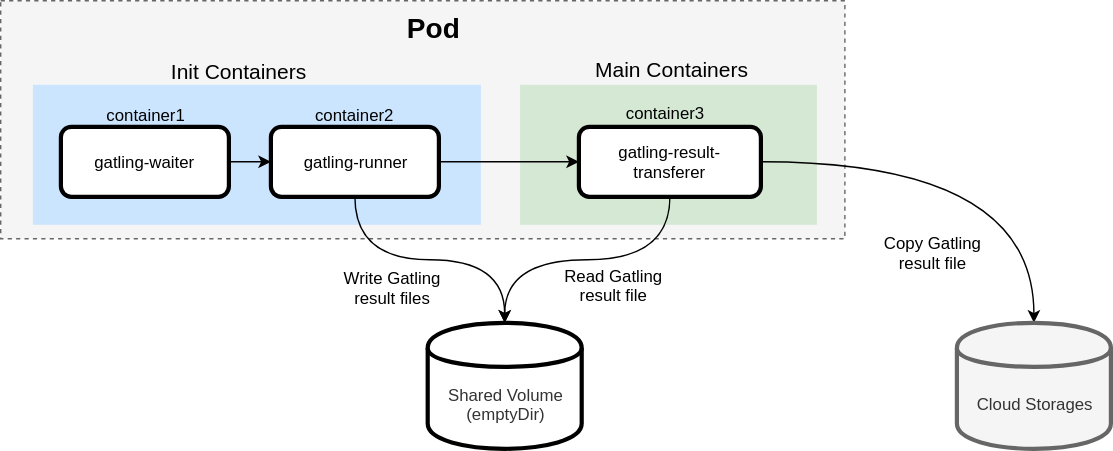
Before: assets/gatling-operator-pod.svg, a diagram exported from draw.io (st-tech/gatling-operator). Source tidied: cells renumbered, new cells last; positions are measured from the earlier drawing's top-left corner, leaving out a move shared by most shapes. Its diagram source:
```xml
<mxGraphModel>
  <root>
    <mxCell id="0" />
    <mxCell id="1" parent="0" />
    <mxCell id="2" style="rounded=0;whiteSpace=wrap;html=1;strokeWidth=1;strokeColor=#666666;fillColor=#f5f5f5;dashed=1;fontColor=#333333;" parent="1" vertex="1">
      <mxGeometry width="603" height="170" as="geometry" />
    </mxCell>
    <mxCell id="3" style="rounded=0;whiteSpace=wrap;html=1;strokeWidth=1;strokeColor=none;fillColor=#CCE5FF;" parent="1" vertex="1">
      <mxGeometry x="23" y="60" width="320" height="100" as="geometry" />
    </mxCell>
    <mxCell id="4" value="&lt;span style=&quot;color: rgb(51 , 51 , 51) ; white-space: normal&quot;&gt;Shared Volume&lt;br&gt;(emptyDir)&lt;br&gt;&lt;/span&gt;" style="shape=cylinder;whiteSpace=wrap;html=1;boundedLbl=1;backgroundOutline=1;strokeWidth=3;" parent="1" vertex="1">
      <mxGeometry x="305" y="230" width="110" height="90" as="geometry" />
    </mxCell>
    <mxCell id="5" style="rounded=0;whiteSpace=wrap;html=1;strokeWidth=1;dashed=1;strokeColor=none;fillColor=#D5E8D4;" parent="1" vertex="1">
      <mxGeometry x="371" y="60" width="212" height="100" as="geometry" />
    </mxCell>
    <mxCell id="6" style="edgeStyle=orthogonalEdgeStyle;rounded=0;jettySize=auto;html=1;entryX=0;entryY=0.5;entryDx=0;entryDy=0;strokeWidth=1;" parent="1" edge="1" source="7" target="10">
      <mxGeometry relative="1" as="geometry" />
    </mxCell>
    <mxCell id="7" value="gatling-waiter" style="rounded=1;whiteSpace=wrap;html=1;strokeWidth=3;" parent="1" vertex="1">
      <mxGeometry x="43" y="90" width="120" height="50" as="geometry" />
    </mxCell>
    <mxCell id="8" style="edgeStyle=orthogonalEdgeStyle;rounded=0;jettySize=auto;html=1;strokeWidth=1;" parent="1" edge="1" source="10" target="13">
      <mxGeometry relative="1" as="geometry" />
    </mxCell>
    <mxCell id="9" style="edgeStyle=orthogonalEdgeStyle;rounded=0;jettySize=auto;html=1;strokeWidth=1;curved=1;" parent="1" edge="1" source="10" target="4">
      <mxGeometry relative="1" as="geometry" />
    </mxCell>
    <mxCell id="10" value="gatling-runner" style="rounded=1;whiteSpace=wrap;html=1;strokeWidth=3;" parent="1" vertex="1">
      <mxGeometry x="193" y="90" width="120" height="50" as="geometry" />
    </mxCell>
    <mxCell id="11" style="edgeStyle=orthogonalEdgeStyle;curved=1;rounded=0;jettySize=auto;html=1;strokeWidth=1;entryX=0.5;entryY=0;entryDx=0;entryDy=0;exitX=0.5;exitY=1;exitDx=0;exitDy=0;" parent="1" edge="1" source="13" target="4">
      <mxGeometry relative="1" as="geometry" />
    </mxCell>
    <mxCell id="12" style="edgeStyle=orthogonalEdgeStyle;curved=1;rounded=0;jettySize=auto;html=1;strokeWidth=1;" parent="1" edge="1" source="13" target="16">
      <mxGeometry relative="1" as="geometry" />
    </mxCell>
    <mxCell id="13" value="gatling-result-transferer" style="rounded=1;whiteSpace=wrap;html=1;strokeWidth=3;" parent="1" vertex="1">
      <mxGeometry x="413" y="90" width="130" height="50" as="geometry" />
    </mxCell>
    <mxCell id="14" value="&lt;font style=&quot;font-size: 15px&quot;&gt;Init Containers&lt;/font&gt;" style="edgeLabel;html=1;align=center;verticalAlign=middle;" parent="1" vertex="1">
      <mxGeometry x="168.5" y="47" as="geometry">
        <mxPoint x="1" y="2" as="offset" />
      </mxGeometry>
    </mxCell>
    <mxCell id="15" value="&lt;span style=&quot;font-size: 15px&quot;&gt;Main Containers&lt;/span&gt;" style="edgeLabel;html=1;align=center;verticalAlign=middle;" parent="1" vertex="1">
      <mxGeometry x="478" y="46" as="geometry">
        <mxPoint x="1" y="2" as="offset" />
      </mxGeometry>
    </mxCell>
    <mxCell id="16" value="&lt;span style=&quot;color: rgb(51 , 51 , 51) ; white-space: normal&quot;&gt;Cloud Storages&lt;br&gt;&lt;/span&gt;" style="shape=cylinder;whiteSpace=wrap;html=1;boundedLbl=1;backgroundOutline=1;strokeWidth=3;fillColor=#f5f5f5;strokeColor=#666666;fontColor=#333333;" parent="1" vertex="1">
      <mxGeometry x="683" y="230" width="110" height="90" as="geometry" />
    </mxCell>
    <mxCell id="17" value="Write Gatling result files" style="text;html=1;strokeColor=none;fillColor=none;align=center;verticalAlign=middle;whiteSpace=wrap;rounded=0;" parent="1" vertex="1">
      <mxGeometry x="240" y="195" width="80" height="20" as="geometry" />
    </mxCell>
    <mxCell id="18" value="Read Gatling result file" style="text;html=1;strokeColor=none;fillColor=none;align=center;verticalAlign=middle;whiteSpace=wrap;rounded=0;" parent="1" vertex="1">
      <mxGeometry x="398" y="193" width="80" height="20" as="geometry" />
    </mxCell>
    <mxCell id="19" value="Copy Gatling result file" style="text;html=1;strokeColor=none;fillColor=none;align=center;verticalAlign=middle;whiteSpace=wrap;rounded=0;" parent="1" vertex="1">
      <mxGeometry x="626" y="170" width="80" height="20" as="geometry" />
    </mxCell>
    <mxCell id="20" value="&lt;div&gt;&lt;span&gt;&lt;b&gt;&lt;font style=&quot;font-size: 20px&quot;&gt;Pod&lt;/font&gt;&lt;/b&gt;&lt;/span&gt;&lt;/div&gt;" style="text;html=1;strokeColor=none;fillColor=none;align=center;verticalAlign=middle;whiteSpace=wrap;rounded=0;" parent="1" vertex="1">
      <mxGeometry x="270" y="9" width="77" height="20" as="geometry" />
    </mxCell>
    <mxCell id="21" value="container1" style="text;html=1;strokeColor=none;fillColor=none;align=center;verticalAlign=middle;whiteSpace=wrap;rounded=0;" parent="1" vertex="1">
      <mxGeometry x="44" y="71" width="118" height="20" as="geometry" />
    </mxCell>
    <mxCell id="22" value="container2&lt;span style=&quot;color: rgba(0 , 0 , 0 , 0) ; font-family: monospace ; font-size: 0px ; white-space: nowrap&quot;&gt;%3CmxGraphModel%3E%3Croot%3E%3CmxCell%20id%3D%220%22%2F%3E%3CmxCell%20id%3D%221%22%20parent%3D%220%22%2F%3E%3CmxCell%20id%3D%222%22%20value%3D%22container1%22%20style%3D%22text%3Bhtml%3D1%3BstrokeColor%3Dnone%3BfillColor%3Dnone%3Balign%3Dcenter%3BverticalAlign%3Dmiddle%3BwhiteSpace%3Dwrap%3Brounded%3D0%3B%22%20vertex%3D%221%22%20parent%3D%221%22%3E%3CmxGeometry%20x%3D%22-99%22%20y%3D%22371%22%20width%3D%22118%22%20height%3D%2220%22%20as%3D%22geometry%22%2F%3E%3C%2FmxCell%3E%3C%2Froot%3E%3C%2FmxGraphModel%3E&lt;/span&gt;" style="text;html=1;strokeColor=none;fillColor=none;align=center;verticalAlign=middle;whiteSpace=wrap;rounded=0;" parent="1" vertex="1">
      <mxGeometry x="193" y="71" width="118" height="20" as="geometry" />
    </mxCell>
    <mxCell id="23" value="container3" style="text;html=1;strokeColor=none;fillColor=none;align=center;verticalAlign=middle;whiteSpace=wrap;rounded=0;" parent="1" vertex="1">
      <mxGeometry x="415" y="70" width="118" height="20" as="geometry" />
    </mxCell>
  </root>
</mxGraphModel>
```
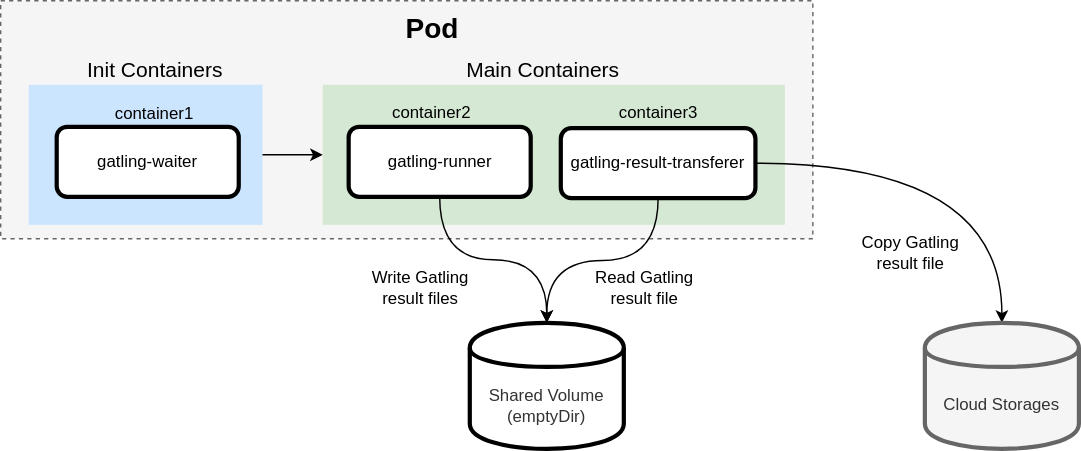
The same diagram one commit later.

Commit message:
update Gatling pods design

What changed in the source:
```diff
@@ -3,31 +3,28 @@
     <mxCell id="0" />
     <mxCell id="1" parent="0" />
     <mxCell id="2" style="rounded=0;whiteSpace=wrap;html=1;strokeWidth=1;strokeColor=#666666;fillColor=#f5f5f5;dashed=1;fontColor=#333333;" parent="1" vertex="1">
-      <mxGeometry width="603" height="170" as="geometry" />
+      <mxGeometry width="580" height="170" as="geometry" />
     </mxCell>
     <mxCell id="3" style="rounded=0;whiteSpace=wrap;html=1;strokeWidth=1;strokeColor=none;fillColor=#CCE5FF;" parent="1" vertex="1">
-      <mxGeometry x="23" y="60" width="320" height="100" as="geometry" />
+      <mxGeometry x="20" y="60" width="167" height="100" as="geometry" />
     </mxCell>
     <mxCell id="4" value="&lt;span style=&quot;color: rgb(51 , 51 , 51) ; white-space: normal&quot;&gt;Shared Volume&lt;br&gt;(emptyDir)&lt;br&gt;&lt;/span&gt;" style="shape=cylinder;whiteSpace=wrap;html=1;boundedLbl=1;backgroundOutline=1;strokeWidth=3;" parent="1" vertex="1">
-      <mxGeometry x="305" y="230" width="110" height="90" as="geometry" />
+      <mxGeometry x="335" y="230" width="110" height="90" as="geometry" />
     </mxCell>
     <mxCell id="5" style="rounded=0;whiteSpace=wrap;html=1;strokeWidth=1;dashed=1;strokeColor=none;fillColor=#D5E8D4;" parent="1" vertex="1">
-      <mxGeometry x="371" y="60" width="212" height="100" as="geometry" />
+      <mxGeometry x="230" y="60" width="330" height="100" as="geometry" />
     </mxCell>
-    <mxCell id="6" style="edgeStyle=orthogonalEdgeStyle;rounded=0;jettySize=auto;html=1;entryX=0;entryY=0.5;entryDx=0;entryDy=0;strokeWidth=1;" parent="1" edge="1" source="7" target="10">
+    <mxCell id="6" style="edgeStyle=orthogonalEdgeStyle;rounded=0;jettySize=auto;html=1;strokeWidth=1;exitX=1;exitY=0.5;exitDx=0;exitDy=0;entryX=0;entryY=0.5;entryDx=0;entryDy=0;" parent="1" edge="1" source="3" target="5">
       <mxGeometry relative="1" as="geometry" />
     </mxCell>
     <mxCell id="7" value="gatling-waiter" style="rounded=1;whiteSpace=wrap;html=1;strokeWidth=3;" parent="1" vertex="1">
-      <mxGeometry x="43" y="90" width="120" height="50" as="geometry" />
+      <mxGeometry x="40" y="90" width="130" height="50" as="geometry" />
     </mxCell>
-    <mxCell id="8" style="edgeStyle=orthogonalEdgeStyle;rounded=0;jettySize=auto;html=1;strokeWidth=1;" parent="1" edge="1" source="10" target="13">
-      <mxGeometry relative="1" as="geometry" />
-    </mxCell>
     <mxCell id="9" style="edgeStyle=orthogonalEdgeStyle;rounded=0;jettySize=auto;html=1;strokeWidth=1;curved=1;" parent="1" edge="1" source="10" target="4">
       <mxGeometry relative="1" as="geometry" />
     </mxCell>
     <mxCell id="10" value="gatling-runner" style="rounded=1;whiteSpace=wrap;html=1;strokeWidth=3;" parent="1" vertex="1">
-      <mxGeometry x="193" y="90" width="120" height="50" as="geometry" />
+      <mxGeometry x="248.5" y="90" width="130" height="50" as="geometry" />
     </mxCell>
     <mxCell id="11" style="edgeStyle=orthogonalEdgeStyle;curved=1;rounded=0;jettySize=auto;html=1;strokeWidth=1;entryX=0.5;entryY=0;entryDx=0;entryDy=0;exitX=0.5;exitY=1;exitDx=0;exitDy=0;" parent="1" edge="1" source="13" target="4">
       <mxGeometry relative="1" as="geometry" />
@@ -36,41 +33,41 @@
       <mxGeometry relative="1" as="geometry" />
     </mxCell>
     <mxCell id="13" value="gatling-result-transferer" style="rounded=1;whiteSpace=wrap;html=1;strokeWidth=3;" parent="1" vertex="1">
-      <mxGeometry x="413" y="90" width="130" height="50" as="geometry" />
+      <mxGeometry x="400" y="91" width="139" height="50" as="geometry" />
     </mxCell>
-    <mxCell id="14" value="&lt;font style=&quot;font-size: 15px&quot;&gt;Init Containers&lt;/font&gt;" style="edgeLabel;html=1;align=center;verticalAlign=middle;" parent="1" vertex="1">
-      <mxGeometry x="168.5" y="47" as="geometry">
+    <mxCell id="14" value="&lt;font style=&quot;font-size: 15px&quot;&gt;Init Containers&lt;/font&gt;" style="edgeLabel;html=1;align=center;verticalAlign=middle;labelBackgroundColor=none;" parent="1" vertex="1">
+      <mxGeometry x="108.5" y="46" as="geometry">
         <mxPoint x="1" y="2" as="offset" />
       </mxGeometry>
     </mxCell>
-    <mxCell id="15" value="&lt;span style=&quot;font-size: 15px&quot;&gt;Main Containers&lt;/span&gt;" style="edgeLabel;html=1;align=center;verticalAlign=middle;" parent="1" vertex="1">
-      <mxGeometry x="478" y="46" as="geometry">
+    <mxCell id="15" value="&lt;span style=&quot;font-size: 15px&quot;&gt;Main Containers&lt;/span&gt;" style="edgeLabel;html=1;align=center;verticalAlign=middle;labelBackgroundColor=none;" parent="1" vertex="1">
+      <mxGeometry x="385" y="46" as="geometry">
         <mxPoint x="1" y="2" as="offset" />
       </mxGeometry>
     </mxCell>
     <mxCell id="16" value="&lt;span style=&quot;color: rgb(51 , 51 , 51) ; white-space: normal&quot;&gt;Cloud Storages&lt;br&gt;&lt;/span&gt;" style="shape=cylinder;whiteSpace=wrap;html=1;boundedLbl=1;backgroundOutline=1;strokeWidth=3;fillColor=#f5f5f5;strokeColor=#666666;fontColor=#333333;" parent="1" vertex="1">
-      <mxGeometry x="683" y="230" width="110" height="90" as="geometry" />
+      <mxGeometry x="660" y="230" width="110" height="90" as="geometry" />
     </mxCell>
     <mxCell id="17" value="Write Gatling result files" style="text;html=1;strokeColor=none;fillColor=none;align=center;verticalAlign=middle;whiteSpace=wrap;rounded=0;" parent="1" vertex="1">
-      <mxGeometry x="240" y="195" width="80" height="20" as="geometry" />
+      <mxGeometry x="260" y="195" width="80" height="20" as="geometry" />
     </mxCell>
     <mxCell id="18" value="Read Gatling result file" style="text;html=1;strokeColor=none;fillColor=none;align=center;verticalAlign=middle;whiteSpace=wrap;rounded=0;" parent="1" vertex="1">
-      <mxGeometry x="398" y="193" width="80" height="20" as="geometry" />
+      <mxGeometry x="420" y="195" width="80" height="20" as="geometry" />
     </mxCell>
     <mxCell id="19" value="Copy Gatling result file" style="text;html=1;strokeColor=none;fillColor=none;align=center;verticalAlign=middle;whiteSpace=wrap;rounded=0;" parent="1" vertex="1">
-      <mxGeometry x="626" y="170" width="80" height="20" as="geometry" />
+      <mxGeometry x="610" y="170" width="80" height="20" as="geometry" />
     </mxCell>
     <mxCell id="20" value="&lt;div&gt;&lt;span&gt;&lt;b&gt;&lt;font style=&quot;font-size: 20px&quot;&gt;Pod&lt;/font&gt;&lt;/b&gt;&lt;/span&gt;&lt;/div&gt;" style="text;html=1;strokeColor=none;fillColor=none;align=center;verticalAlign=middle;whiteSpace=wrap;rounded=0;" parent="1" vertex="1">
       <mxGeometry x="270" y="9" width="77" height="20" as="geometry" />
     </mxCell>
     <mxCell id="21" value="container1" style="text;html=1;strokeColor=none;fillColor=none;align=center;verticalAlign=middle;whiteSpace=wrap;rounded=0;" parent="1" vertex="1">
-      <mxGeometry x="44" y="71" width="118" height="20" as="geometry" />
+      <mxGeometry x="51" y="71" width="118" height="20" as="geometry" />
     </mxCell>
     <mxCell id="22" value="container2&lt;span style=&quot;color: rgba(0 , 0 , 0 , 0) ; font-family: monospace ; font-size: 0px ; white-space: nowrap&quot;&gt;%3CmxGraphModel%3E%3Croot%3E%3CmxCell%20id%3D%220%22%2F%3E%3CmxCell%20id%3D%221%22%20parent%3D%220%22%2F%3E%3CmxCell%20id%3D%222%22%20value%3D%22container1%22%20style%3D%22text%3Bhtml%3D1%3BstrokeColor%3Dnone%3BfillColor%3Dnone%3Balign%3Dcenter%3BverticalAlign%3Dmiddle%3BwhiteSpace%3Dwrap%3Brounded%3D0%3B%22%20vertex%3D%221%22%20parent%3D%221%22%3E%3CmxGeometry%20x%3D%22-99%22%20y%3D%22371%22%20width%3D%22118%22%20height%3D%2220%22%20as%3D%22geometry%22%2F%3E%3C%2FmxCell%3E%3C%2Froot%3E%3C%2FmxGraphModel%3E&lt;/span&gt;" style="text;html=1;strokeColor=none;fillColor=none;align=center;verticalAlign=middle;whiteSpace=wrap;rounded=0;" parent="1" vertex="1">
-      <mxGeometry x="193" y="71" width="118" height="20" as="geometry" />
+      <mxGeometry x="248.5" y="70" width="118" height="20" as="geometry" />
     </mxCell>
     <mxCell id="23" value="container3" style="text;html=1;strokeColor=none;fillColor=none;align=center;verticalAlign=middle;whiteSpace=wrap;rounded=0;" parent="1" vertex="1">
-      <mxGeometry x="415" y="70" width="118" height="20" as="geometry" />
+      <mxGeometry x="410.5" y="70" width="118" height="20" as="geometry" />
     </mxCell>
   </root>
 </mxGraphModel>
```
